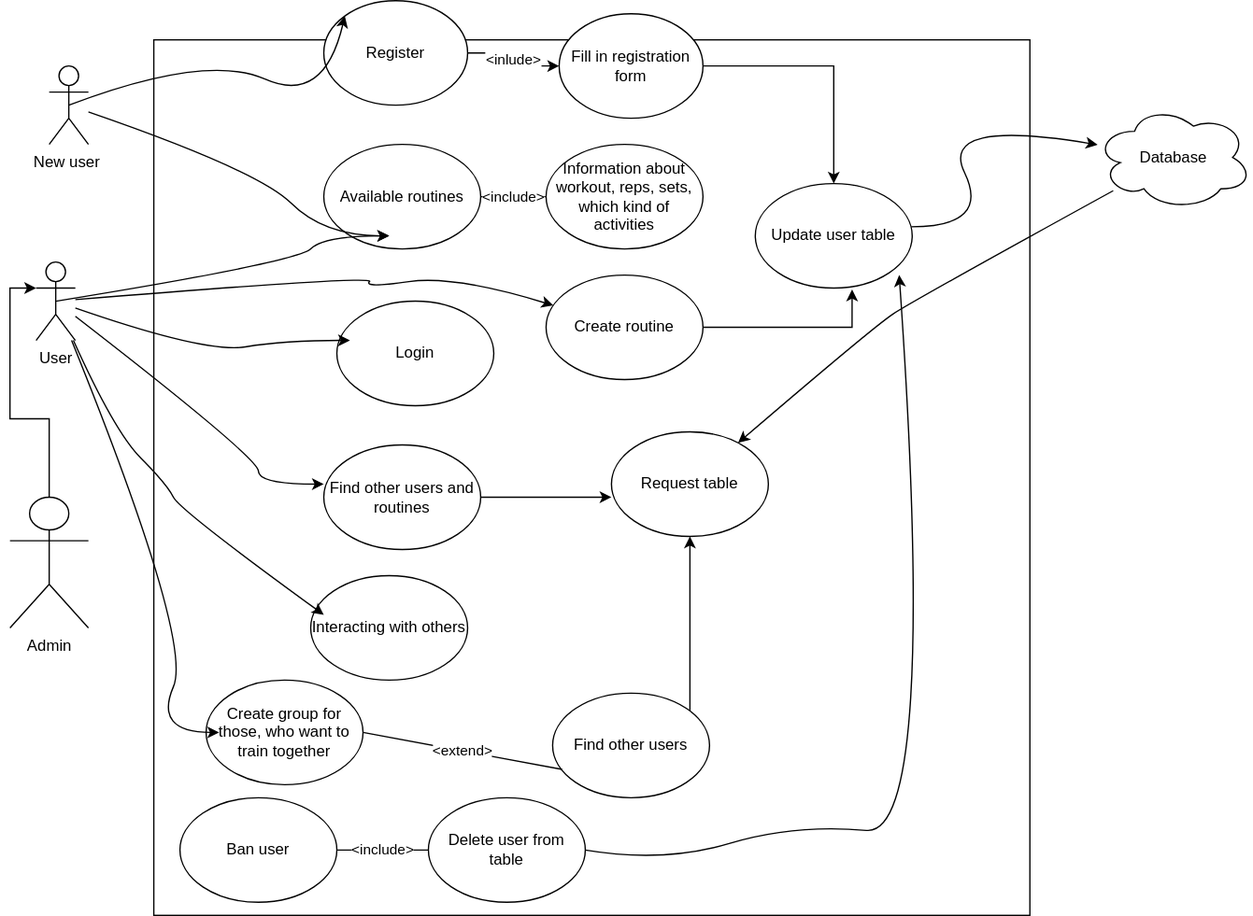
Before: UC.svg, a diagram exported from draw.io (Maybenex1ime/Web_Project_Autumn_2021). Source tidied: cells renumbered, new cells last; positions are measured from the earlier drawing's top-left corner, leaving out a move shared by most shapes.
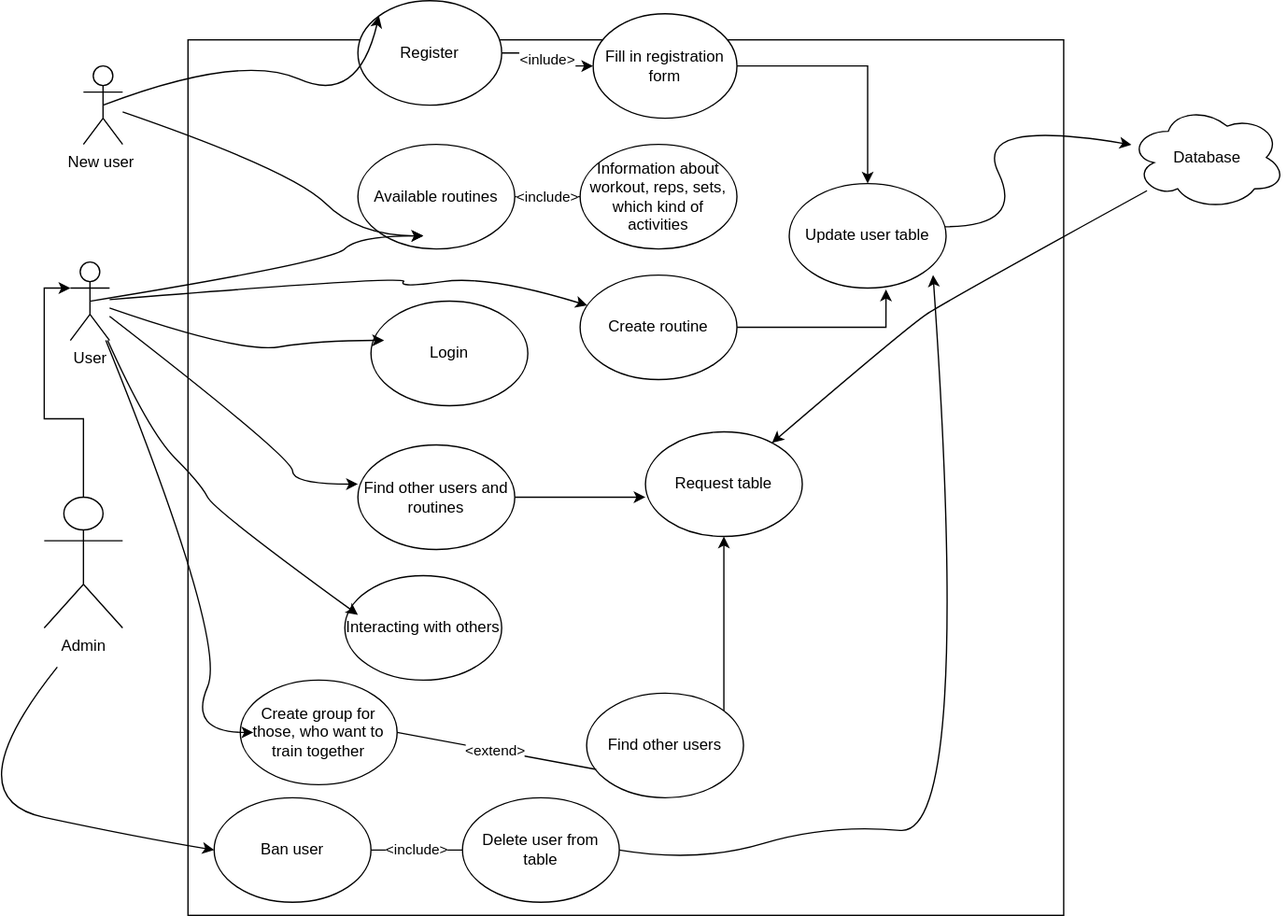
After the commit.

The edit, as a diff of the source:
```diff
@@ -188,5 +188,14 @@
         </Array>
       </mxGeometry>
     </mxCell>
+    <mxCell id="41" style="curved=1;endArrow=classic;html=1;entryX=0;entryY=0.5;entryDx=0;entryDy=0;" parent="1" edge="1" target="37">
+      <mxGeometry relative="1" as="geometry">
+        <mxPoint x="10" y="510" as="sourcePoint" />
+        <Array as="points">
+          <mxPoint x="-70" y="610" />
+          <mxPoint x="70" y="640" />
+        </Array>
+      </mxGeometry>
+    </mxCell>
   </root>
 </mxGraphModel>
```
